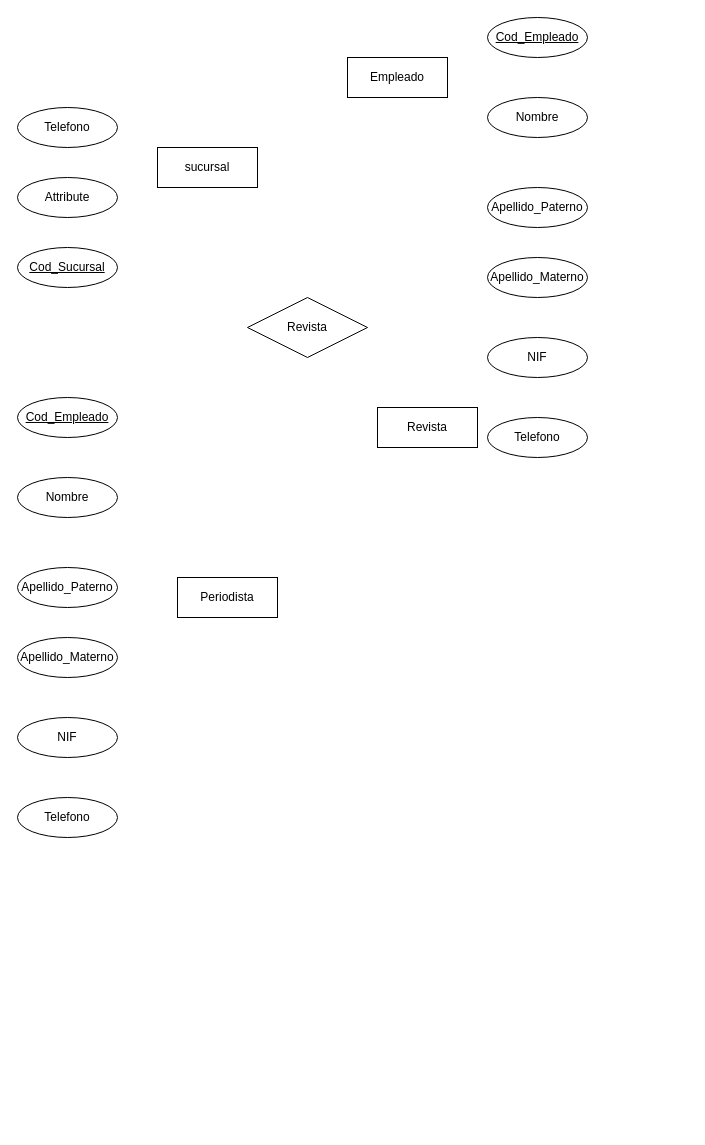
The draw.io diagram MER_Entregable2.drawio in PabloKooss/Tercer_Modulo, before the edit. Source tidied: cells renumbered, new cells numbered last; positions are measured from the earlier drawing's top-left corner, leaving out a move shared by most shapes. Both pictures are drawn from the tidied source at 100%, with x=0, y=0 at pixel (17, 17).
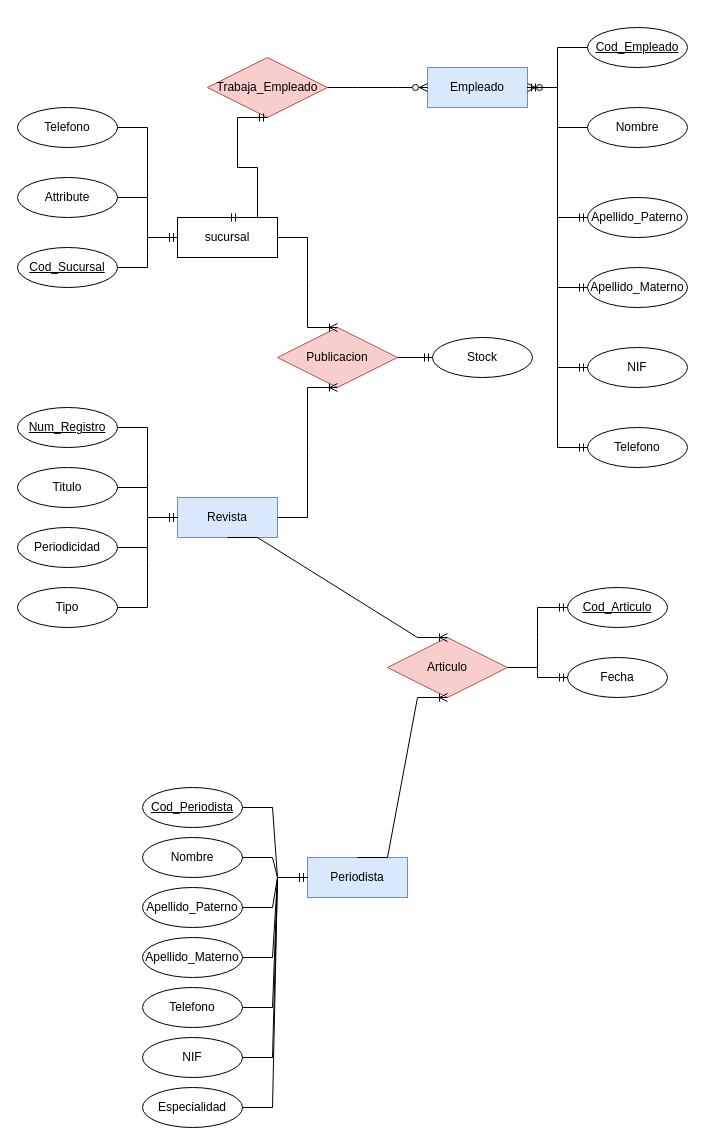
The same diagram, later.

The change refers to these unchanged cells:
```xml
<mxCell id="6" value="Telefono" style="ellipse;whiteSpace=wrap;html=1;align=center;" parent="1" vertex="1">
  <mxGeometry y="90" width="100" height="40" as="geometry" />
</mxCell>
<mxCell id="7" value="Attribute" style="ellipse;whiteSpace=wrap;html=1;align=center;" parent="1" vertex="1">
  <mxGeometry y="160" width="100" height="40" as="geometry" />
</mxCell>
<mxCell id="8" value="&lt;div&gt;Cod_Sucursal&lt;/div&gt;" style="ellipse;whiteSpace=wrap;html=1;align=center;fontStyle=4;" parent="1" vertex="1">
  <mxGeometry y="230" width="100" height="40" as="geometry" />
</mxCell>
```

Change to the diagram source:
```diff
@@
     <mxCell id="2" value="sucursal" style="whiteSpace=wrap;html=1;align=center;" parent="1" vertex="1">
-      <mxGeometry x="140" y="130" width="100" height="40" as="geometry" />
+      <mxGeometry x="160" y="200" width="100" height="40" as="geometry" />
     </mxCell>
-    <mxCell id="3" value="&lt;div&gt;Empleado&lt;/div&gt;" style="whiteSpace=wrap;html=1;align=center;" parent="1" vertex="1">
-      <mxGeometry x="330" y="40" width="100" height="40" as="geometry" />
+    <mxCell id="3" value="&lt;div&gt;Empleado&lt;/div&gt;" style="whiteSpace=wrap;html=1;align=center;fillColor=#dae8fc;strokeColor=#6c8ebf;" parent="1" vertex="1">
+      <mxGeometry x="410" y="50" width="100" height="40" as="geometry" />
     </mxCell>
-    <mxCell id="4" value="&lt;div&gt;Periodista&lt;/div&gt;" style="whiteSpace=wrap;html=1;align=center;" parent="1" vertex="1">
-      <mxGeometry x="160" y="560" width="100" height="40" as="geometry" />
+    <mxCell id="4" value="&lt;div&gt;Periodista&lt;/div&gt;" style="whiteSpace=wrap;html=1;align=center;fillColor=#dae8fc;strokeColor=#6c8ebf;" parent="1" vertex="1">
+      <mxGeometry x="290" y="840" width="100" height="40" as="geometry" />
     </mxCell>
-    <mxCell id="5" value="Revista" style="whiteSpace=wrap;html=1;align=center;" parent="1" vertex="1">
-      <mxGeometry x="360" y="390" width="100" height="40" as="geometry" />
+    <mxCell id="5" value="Revista" style="whiteSpace=wrap;html=1;align=center;fillColor=#dae8fc;strokeColor=#6c8ebf;" parent="1" vertex="1">
+      <mxGeometry x="160" y="480" width="100" height="40" as="geometry" />
     </mxCell>
@@
     <mxCell id="9" value="Cod_Empleado" style="ellipse;whiteSpace=wrap;html=1;align=center;fontStyle=4;" parent="1" vertex="1">
-      <mxGeometry x="470" width="100" height="40" as="geometry" />
+      <mxGeometry x="570" y="10" width="100" height="40" as="geometry" />
     </mxCell>
     <mxCell id="10" value="Nombre" style="ellipse;whiteSpace=wrap;html=1;align=center;" parent="1" vertex="1">
-      <mxGeometry x="470" y="80" width="100" height="40" as="geometry" />
+      <mxGeometry x="570" y="90" width="100" height="40" as="geometry" />
     </mxCell>
     <mxCell id="11" value="&lt;div&gt;Apellido_Paterno&lt;/div&gt;" style="ellipse;whiteSpace=wrap;html=1;align=center;" parent="1" vertex="1">
-      <mxGeometry x="470" y="170" width="100" height="40" as="geometry" />
+      <mxGeometry x="570" y="180" width="100" height="40" as="geometry" />
     </mxCell>
     <mxCell id="12" value="&lt;div&gt;Apellido_Materno&lt;/div&gt;" style="ellipse;whiteSpace=wrap;html=1;align=center;" parent="1" vertex="1">
-      <mxGeometry x="470" y="240" width="100" height="40" as="geometry" />
+      <mxGeometry x="570" y="250" width="100" height="40" as="geometry" />
     </mxCell>
     <mxCell id="13" value="&lt;div&gt;NIF&lt;/div&gt;" style="ellipse;whiteSpace=wrap;html=1;align=center;" parent="1" vertex="1">
-      <mxGeometry x="470" y="320" width="100" height="40" as="geometry" />
+      <mxGeometry x="570" y="330" width="100" height="40" as="geometry" />
     </mxCell>
     <mxCell id="14" value="Telefono" style="ellipse;whiteSpace=wrap;html=1;align=center;" parent="1" vertex="1">
-      <mxGeometry x="470" y="400" width="100" height="40" as="geometry" />
+      <mxGeometry x="570" y="410" width="100" height="40" as="geometry" />
     </mxCell>
-    <mxCell id="15" value="&lt;div&gt;Revista&lt;/div&gt;" style="shape=rhombus;perimeter=rhombusPerimeter;whiteSpace=wrap;html=1;align=center;" parent="1" vertex="1">
-      <mxGeometry x="230" y="280" width="120" height="60" as="geometry" />
+    <mxCell id="15" value="Trabaja_Empleado" style="shape=rhombus;perimeter=rhombusPerimeter;whiteSpace=wrap;html=1;align=center;fillColor=#f8cecc;strokeColor=#b85450;" parent="1" vertex="1">
+      <mxGeometry x="190" y="40" width="120" height="60" as="geometry" />
     </mxCell>
-    <mxCell id="16" value="Cod_Empleado" style="ellipse;whiteSpace=wrap;html=1;align=center;fontStyle=4;" parent="1" vertex="1">
-      <mxGeometry y="380" width="100" height="40" as="geometry" />
+    <mxCell id="16" value="Cod_Periodista" style="ellipse;whiteSpace=wrap;html=1;align=center;fontStyle=4;" parent="1" vertex="1">
+      <mxGeometry x="125" y="770" width="100" height="40" as="geometry" />
     </mxCell>
     <mxCell id="17" value="Nombre" style="ellipse;whiteSpace=wrap;html=1;align=center;" parent="1" vertex="1">
-      <mxGeometry y="460" width="100" height="40" as="geometry" />
+      <mxGeometry x="125" y="820" width="100" height="40" as="geometry" />
     </mxCell>
     <mxCell id="18" value="&lt;div&gt;Apellido_Paterno&lt;/div&gt;" style="ellipse;whiteSpace=wrap;html=1;align=center;" parent="1" vertex="1">
-      <mxGeometry y="550" width="100" height="40" as="geometry" />
+      <mxGeometry x="125" y="870" width="100" height="40" as="geometry" />
     </mxCell>
     <mxCell id="19" value="&lt;div&gt;Apellido_Materno&lt;/div&gt;" style="ellipse;whiteSpace=wrap;html=1;align=center;" parent="1" vertex="1">
-      <mxGeometry y="620" width="100" height="40" as="geometry" />
+      <mxGeometry x="125" y="920" width="100" height="40" as="geometry" />
     </mxCell>
     <mxCell id="20" value="&lt;div&gt;NIF&lt;/div&gt;" style="ellipse;whiteSpace=wrap;html=1;align=center;" parent="1" vertex="1">
-      <mxGeometry y="700" width="100" height="40" as="geometry" />
+      <mxGeometry x="125" y="1020" width="100" height="40" as="geometry" />
     </mxCell>
     <mxCell id="21" value="Telefono" style="ellipse;whiteSpace=wrap;html=1;align=center;" parent="1" vertex="1">
-      <mxGeometry y="780" width="100" height="40" as="geometry" />
+      <mxGeometry x="125" y="970" width="100" height="40" as="geometry" />
     </mxCell>
+    <mxCell id="22" style="edgeStyle=entityRelationEdgeStyle;fontSize=12;html=1;endArrow=ERzeroToMany;endFill=1;rounded=0;exitX=1;exitY=0.5;exitDx=0;exitDy=0;" parent="1" edge="1" source="15" target="3">
+      <mxGeometry relative="1" as="geometry" />
+    </mxCell>
+    <mxCell id="23" style="edgeStyle=entityRelationEdgeStyle;fontSize=12;html=1;endArrow=ERmandOne;rounded=0;entryX=1;entryY=0.5;entryDx=0;entryDy=0;exitX=0;exitY=0.5;exitDx=0;exitDy=0;" parent="1" edge="1" source="9" target="3">
+      <mxGeometry relative="1" as="geometry" />
+    </mxCell>
+    <mxCell id="24" style="edgeStyle=entityRelationEdgeStyle;fontSize=12;html=1;endArrow=ERzeroToMany;endFill=1;rounded=0;exitX=0;exitY=0.5;exitDx=0;exitDy=0;" parent="1" edge="1" source="10" target="3">
+      <mxGeometry relative="1" as="geometry" />
+    </mxCell>
+    <mxCell id="25" style="edgeStyle=entityRelationEdgeStyle;fontSize=12;html=1;endArrow=ERmandOne;rounded=0;entryX=0;entryY=0.5;entryDx=0;entryDy=0;exitX=1;exitY=0.5;exitDx=0;exitDy=0;" parent="1" edge="1" source="3" target="11">
+      <mxGeometry relative="1" as="geometry" />
+    </mxCell>
+    <mxCell id="26" style="edgeStyle=entityRelationEdgeStyle;fontSize=12;html=1;endArrow=ERmandOne;rounded=0;entryX=0;entryY=0.5;entryDx=0;entryDy=0;exitX=1;exitY=0.5;exitDx=0;exitDy=0;" parent="1" edge="1" source="3" target="12">
+      <mxGeometry relative="1" as="geometry" />
+    </mxCell>
+    <mxCell id="27" style="edgeStyle=entityRelationEdgeStyle;fontSize=12;html=1;endArrow=ERmandOne;rounded=0;entryX=0;entryY=0.5;entryDx=0;entryDy=0;exitX=1;exitY=0.5;exitDx=0;exitDy=0;" parent="1" edge="1" source="3" target="13">
+      <mxGeometry relative="1" as="geometry" />
+    </mxCell>
+    <mxCell id="28" style="edgeStyle=entityRelationEdgeStyle;fontSize=12;html=1;endArrow=ERmandOne;rounded=0;entryX=0;entryY=0.5;entryDx=0;entryDy=0;exitX=1;exitY=0.5;exitDx=0;exitDy=0;" parent="1" edge="1" source="3" target="14">
+      <mxGeometry relative="1" as="geometry" />
+    </mxCell>
+    <mxCell id="29" style="edgeStyle=entityRelationEdgeStyle;fontSize=12;html=1;endArrow=ERmandOne;startArrow=ERmandOne;rounded=0;entryX=0.5;entryY=1;entryDx=0;entryDy=0;exitX=0.5;exitY=0;exitDx=0;exitDy=0;" parent="1" edge="1" source="2" target="15">
+      <mxGeometry relative="1" as="geometry" />
+    </mxCell>
+    <mxCell id="30" style="edgeStyle=entityRelationEdgeStyle;fontSize=12;html=1;endArrow=ERmandOne;rounded=0;exitX=1;exitY=0.5;exitDx=0;exitDy=0;entryX=0;entryY=0.5;entryDx=0;entryDy=0;" parent="1" edge="1" source="6" target="2">
+      <mxGeometry relative="1" as="geometry" />
+    </mxCell>
+    <mxCell id="31" style="edgeStyle=entityRelationEdgeStyle;fontSize=12;html=1;endArrow=ERmandOne;rounded=0;entryX=0;entryY=0.5;entryDx=0;entryDy=0;exitX=1;exitY=0.5;exitDx=0;exitDy=0;" parent="1" edge="1" source="8" target="2">
+      <mxGeometry relative="1" as="geometry" />
+    </mxCell>
+    <mxCell id="32" style="edgeStyle=entityRelationEdgeStyle;fontSize=12;html=1;endArrow=ERmandOne;rounded=0;exitX=1;exitY=0.5;exitDx=0;exitDy=0;" parent="1" edge="1" source="7" target="2">
+      <mxGeometry relative="1" as="geometry" />
+    </mxCell>
+    <mxCell id="33" value="Num_Registro" style="ellipse;whiteSpace=wrap;html=1;align=center;fontStyle=4;" parent="1" vertex="1">
+      <mxGeometry y="390" width="100" height="40" as="geometry" />
+    </mxCell>
+    <mxCell id="34" value="&lt;div&gt;Titulo&lt;/div&gt;" style="ellipse;whiteSpace=wrap;html=1;align=center;" parent="1" vertex="1">
+      <mxGeometry y="450" width="100" height="40" as="geometry" />
+    </mxCell>
+    <mxCell id="35" value="Periodicidad" style="ellipse;whiteSpace=wrap;html=1;align=center;" parent="1" vertex="1">
+      <mxGeometry y="510" width="100" height="40" as="geometry" />
+    </mxCell>
+    <mxCell id="36" value="Tipo" style="ellipse;whiteSpace=wrap;html=1;align=center;" parent="1" vertex="1">
+      <mxGeometry y="570" width="100" height="40" as="geometry" />
+    </mxCell>
+    <mxCell id="37" style="edgeStyle=entityRelationEdgeStyle;fontSize=12;html=1;endArrow=ERmandOne;rounded=0;" parent="1" edge="1" source="33" target="5">
+      <mxGeometry relative="1" as="geometry" />
+    </mxCell>
+    <mxCell id="38" style="edgeStyle=entityRelationEdgeStyle;fontSize=12;html=1;endArrow=ERmandOne;rounded=0;" parent="1" edge="1" source="34" target="5">
+      <mxGeometry relative="1" as="geometry" />
+    </mxCell>
+    <mxCell id="39" style="edgeStyle=entityRelationEdgeStyle;fontSize=12;html=1;endArrow=ERmandOne;rounded=0;" parent="1" edge="1" source="35" target="5">
+      <mxGeometry relative="1" as="geometry" />
+    </mxCell>
+    <mxCell id="40" style="edgeStyle=entityRelationEdgeStyle;fontSize=12;html=1;endArrow=ERmandOne;rounded=0;" parent="1" edge="1" source="36" target="5">
+      <mxGeometry relative="1" as="geometry" />
+    </mxCell>
+    <mxCell id="41" value="Publicacion" style="shape=rhombus;perimeter=rhombusPerimeter;whiteSpace=wrap;html=1;align=center;fillColor=#f8cecc;strokeColor=#b85450;" parent="1" vertex="1">
+      <mxGeometry x="260" y="310" width="120" height="60" as="geometry" />
+    </mxCell>
+    <mxCell id="42" style="edgeStyle=entityRelationEdgeStyle;fontSize=12;html=1;endArrow=ERoneToMany;rounded=0;entryX=0.5;entryY=0;entryDx=0;entryDy=0;" parent="1" edge="1" source="2" target="41">
+      <mxGeometry relative="1" as="geometry" />
+    </mxCell>
+    <mxCell id="43" style="edgeStyle=entityRelationEdgeStyle;fontSize=12;html=1;endArrow=ERoneToMany;rounded=0;entryX=0.5;entryY=1;entryDx=0;entryDy=0;" parent="1" edge="1" source="5" target="41">
+      <mxGeometry relative="1" as="geometry" />
+    </mxCell>
+    <mxCell id="44" value="&lt;div&gt;Stock&lt;/div&gt;" style="ellipse;whiteSpace=wrap;html=1;align=center;" parent="1" vertex="1">
+      <mxGeometry x="415" y="320" width="100" height="40" as="geometry" />
+    </mxCell>
+    <mxCell id="45" style="edgeStyle=entityRelationEdgeStyle;fontSize=12;html=1;endArrow=ERmandOne;rounded=0;" parent="1" edge="1" source="41" target="44">
+      <mxGeometry relative="1" as="geometry" />
+    </mxCell>
+    <mxCell id="46" value="&lt;div&gt;Especialidad&lt;/div&gt;" style="ellipse;whiteSpace=wrap;html=1;align=center;" parent="1" vertex="1">
+      <mxGeometry x="125" y="1070" width="100" height="40" as="geometry" />
+    </mxCell>
+    <mxCell id="47" style="edgeStyle=entityRelationEdgeStyle;fontSize=12;html=1;endArrow=ERmandOne;rounded=0;" parent="1" edge="1" source="16" target="4">
+      <mxGeometry relative="1" as="geometry" />
+    </mxCell>
+    <mxCell id="48" style="edgeStyle=entityRelationEdgeStyle;fontSize=12;html=1;endArrow=ERmandOne;rounded=0;" parent="1" edge="1" source="17" target="4">
+      <mxGeometry relative="1" as="geometry" />
+    </mxCell>
+    <mxCell id="49" style="edgeStyle=entityRelationEdgeStyle;fontSize=12;html=1;endArrow=ERmandOne;rounded=0;" parent="1" edge="1" source="18" target="4">
+      <mxGeometry relative="1" as="geometry" />
+    </mxCell>
+    <mxCell id="50" style="edgeStyle=entityRelationEdgeStyle;fontSize=12;html=1;endArrow=ERmandOne;rounded=0;" parent="1" edge="1" source="19" target="4">
+      <mxGeometry relative="1" as="geometry" />
+    </mxCell>
+    <mxCell id="51" style="edgeStyle=entityRelationEdgeStyle;fontSize=12;html=1;endArrow=ERmandOne;rounded=0;" parent="1" edge="1" source="21" target="4">
+      <mxGeometry relative="1" as="geometry" />
+    </mxCell>
+    <mxCell id="52" style="edgeStyle=entityRelationEdgeStyle;fontSize=12;html=1;endArrow=ERmandOne;rounded=0;" parent="1" edge="1" source="20" target="4">
+      <mxGeometry relative="1" as="geometry" />
+    </mxCell>
+    <mxCell id="53" style="edgeStyle=entityRelationEdgeStyle;fontSize=12;html=1;endArrow=ERmandOne;rounded=0;" parent="1" edge="1" source="46" target="4">
+      <mxGeometry relative="1" as="geometry" />
+    </mxCell>
+    <mxCell id="54" value="Articulo" style="shape=rhombus;perimeter=rhombusPerimeter;whiteSpace=wrap;html=1;align=center;fillColor=#f8cecc;strokeColor=#b85450;" parent="1" vertex="1">
+      <mxGeometry x="370" y="620" width="120" height="60" as="geometry" />
+    </mxCell>
+    <mxCell id="55" style="edgeStyle=entityRelationEdgeStyle;fontSize=12;html=1;endArrow=ERoneToMany;rounded=0;entryX=0.5;entryY=0;entryDx=0;entryDy=0;exitX=0.5;exitY=1;exitDx=0;exitDy=0;" parent="1" edge="1" source="5" target="54">
+      <mxGeometry relative="1" as="geometry" />
+    </mxCell>
+    <mxCell id="56" style="edgeStyle=entityRelationEdgeStyle;fontSize=12;html=1;endArrow=ERoneToMany;rounded=0;entryX=0.5;entryY=1;entryDx=0;entryDy=0;exitX=0.5;exitY=0;exitDx=0;exitDy=0;" parent="1" edge="1" source="4" target="54">
+      <mxGeometry relative="1" as="geometry" />
+    </mxCell>
+    <mxCell id="57" value="Cod_Articulo" style="ellipse;whiteSpace=wrap;html=1;align=center;fontStyle=4;" parent="1" vertex="1">
+      <mxGeometry x="550" y="570" width="100" height="40" as="geometry" />
+    </mxCell>
+    <mxCell id="58" value="Fecha" style="ellipse;whiteSpace=wrap;html=1;align=center;" parent="1" vertex="1">
+      <mxGeometry x="550" y="640" width="100" height="40" as="geometry" />
+    </mxCell>
+    <mxCell id="59" style="edgeStyle=entityRelationEdgeStyle;fontSize=12;html=1;endArrow=ERmandOne;rounded=0;" parent="1" edge="1" source="54" target="57">
+      <mxGeometry relative="1" as="geometry" />
+    </mxCell>
+    <mxCell id="60" style="edgeStyle=entityRelationEdgeStyle;fontSize=12;html=1;endArrow=ERmandOne;rounded=0;" parent="1" edge="1" source="54" target="58">
+      <mxGeometry relative="1" as="geometry" />
+    </mxCell>
```
